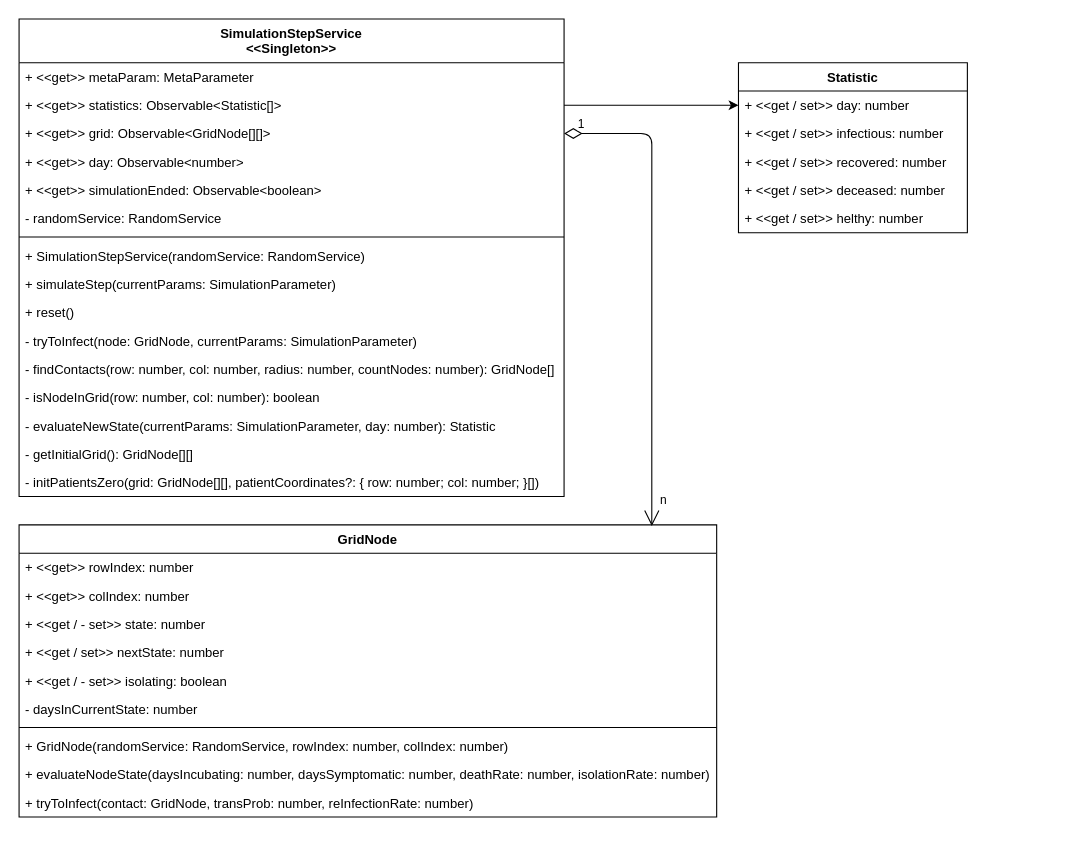
Earlier version of the draw.io diagram Untitled Diagram.drawio (tammowhs/simulationelectron). Source tidied: cells renumbered, new cells numbered last; positions are measured from the earlier drawing's top-left corner, leaving out a move shared by most shapes. Both pictures are drawn from the tidied source at 109%, with x=0, y=0 at pixel (19, 19).
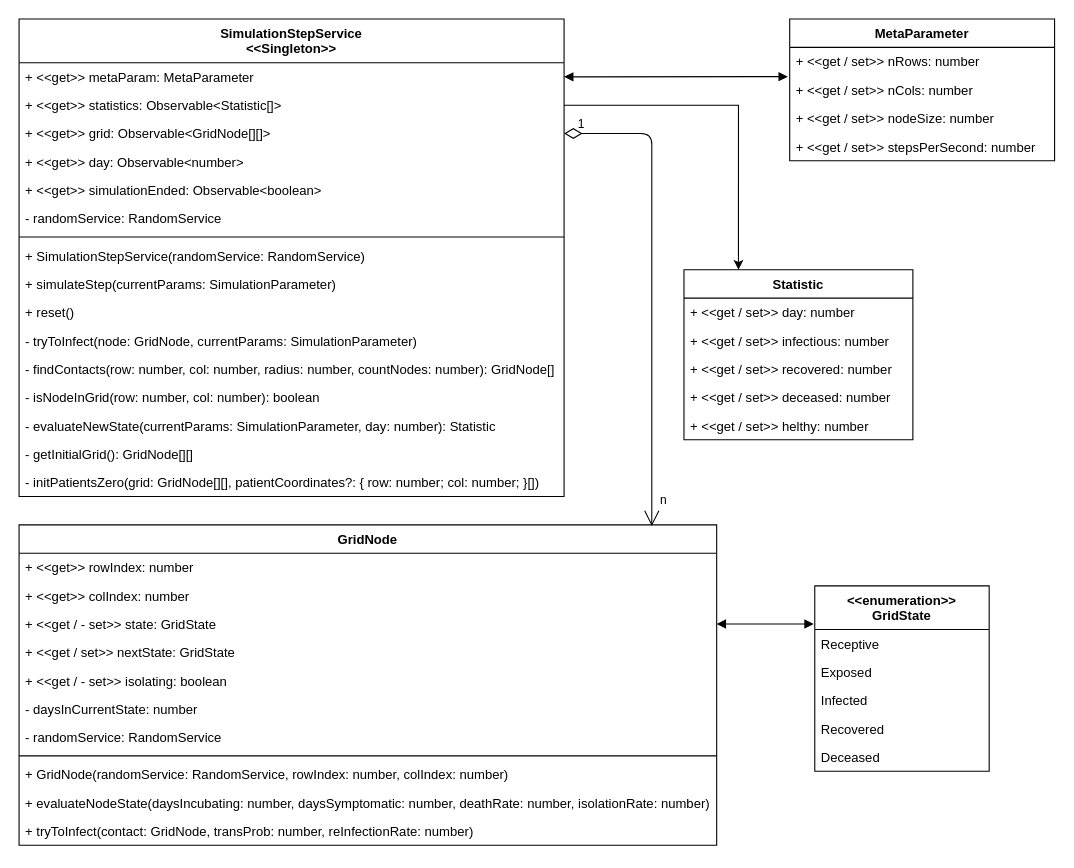
The same diagram, later.

Unchanged cells that the change refers to:
```xml
<mxCell id="3" value="+ &lt;&lt;get&gt;&gt; metaParam: MetaParameter" style="text;align=left;verticalAlign=top;spacingLeft=4;spacingRight=4;overflow=hidden;points=[[0,0.5],[1,0.5]];portConstraint=eastwest;" parent="2" vertex="1">
  <mxGeometry y="40" width="500" height="26" as="geometry" />
</mxCell>
<mxCell id="4" value="+ &lt;&lt;get&gt;&gt; statistics: Observable&lt;Statistic[]&gt;" style="text;align=left;verticalAlign=top;spacingLeft=4;spacingRight=4;overflow=hidden;points=[[0,0.5],[1,0.5]];portConstraint=eastwest;rounded=0;shadow=0;html=0;" parent="2" vertex="1">
  <mxGeometry y="66" width="500" height="26" as="geometry" />
</mxCell>
<mxCell id="31" value="+ &lt;&lt;get / set&gt;&gt; day: number" style="text;strokeColor=none;fillColor=none;align=left;verticalAlign=top;spacingLeft=4;spacingRight=4;overflow=hidden;points=[[0,0.5],[1,0.5]];portConstraint=eastwest;" parent="30" vertex="1">
  <mxGeometry y="26" width="210" height="26" as="geometry" />
</mxCell>
```

What changed in the source:
```diff
@@
     <mxCell id="19" value="GridNode" style="swimlane;fontStyle=1;align=center;verticalAlign=top;horizontal=1;startSize=26;" parent="1" vertex="1">
-      <mxGeometry y="464" width="640" height="268" as="geometry" />
+      <mxGeometry y="464" width="640" height="294" as="geometry" />
     </mxCell>
@@
-    <mxCell id="22" value="+ &lt;&lt;get / - set&gt;&gt; state: number" style="text;strokeColor=none;fillColor=none;align=left;verticalAlign=top;spacingLeft=4;spacingRight=4;overflow=hidden;points=[[0,0.5],[1,0.5]];portConstraint=eastwest;" parent="19" vertex="1">
+    <mxCell id="22" value="+ &lt;&lt;get / - set&gt;&gt; state: GridState" style="text;strokeColor=none;fillColor=none;align=left;verticalAlign=top;spacingLeft=4;spacingRight=4;overflow=hidden;points=[[0,0.5],[1,0.5]];portConstraint=eastwest;" parent="19" vertex="1">
       <mxGeometry y="78" width="640" height="26" as="geometry" />
     </mxCell>
-    <mxCell id="23" value="+ &lt;&lt;get / set&gt;&gt; nextState: number" style="text;strokeColor=none;fillColor=none;align=left;verticalAlign=top;spacingLeft=4;spacingRight=4;overflow=hidden;" parent="19" vertex="1">
+    <mxCell id="23" value="+ &lt;&lt;get / set&gt;&gt; nextState: GridState" style="text;strokeColor=none;fillColor=none;align=left;verticalAlign=top;spacingLeft=4;spacingRight=4;overflow=hidden;" parent="19" vertex="1">
       <mxGeometry y="104" width="640" height="26" as="geometry" />
     </mxCell>
@@
+    <mxCell id="39" value="- randomService: RandomService" style="text;strokeColor=none;fillColor=none;align=left;verticalAlign=top;spacingLeft=4;spacingRight=4;overflow=hidden;" parent="19" vertex="1">
+      <mxGeometry y="182" width="640" height="26" as="geometry" />
+    </mxCell>
     <mxCell id="26" style="line;strokeWidth=1;fillColor=none;align=left;verticalAlign=middle;spacingTop=-1;spacingLeft=3;spacingRight=3;labelPosition=right;" parent="19" vertex="1">
-      <mxGeometry y="182" width="640" height="8" as="geometry" />
+      <mxGeometry y="208" width="640" height="8" as="geometry" />
     </mxCell>
     <mxCell id="27" value="+ GridNode(randomService: RandomService, rowIndex: number, colIndex: number)" style="text;strokeColor=none;fillColor=none;align=left;verticalAlign=top;spacingLeft=4;spacingRight=4;overflow=hidden;" parent="19" vertex="1">
-      <mxGeometry y="190" width="640" height="26" as="geometry" />
+      <mxGeometry y="216" width="640" height="26" as="geometry" />
     </mxCell>
     <mxCell id="28" value="+ evaluateNodeState(daysIncubating: number, daysSymptomatic: number, deathRate: number, isolationRate: number)" style="text;strokeColor=none;fillColor=none;align=left;verticalAlign=top;spacingLeft=4;spacingRight=4;overflow=hidden;" parent="19" vertex="1">
-      <mxGeometry y="216" width="640" height="26" as="geometry" />
+      <mxGeometry y="242" width="640" height="26" as="geometry" />
     </mxCell>
     <mxCell id="29" value="+ tryToInfect(contact: GridNode, transProb: number, reInfectionRate: number)" style="text;strokeColor=none;fillColor=none;align=left;verticalAlign=top;spacingLeft=4;spacingRight=4;overflow=hidden;" parent="19" vertex="1">
-      <mxGeometry y="242" width="640" height="26" as="geometry" />
+      <mxGeometry y="268" width="640" height="26" as="geometry" />
     </mxCell>
     <mxCell id="30" value="Statistic" style="swimlane;fontStyle=1;align=center;verticalAlign=top;horizontal=1;startSize=26;" parent="1" vertex="1">
-      <mxGeometry x="660" y="40" width="210" height="156" as="geometry" />
+      <mxGeometry x="610" y="230" width="210" height="156" as="geometry" />
     </mxCell>
@@
-    <mxCell id="38" style="edgeStyle=orthogonalEdgeStyle;rounded=0;jettySize=auto;html=1;entryX=0;entryY=0.5;entryDx=0;entryDy=0;" parent="1" edge="1" source="4" target="31">
-      <mxGeometry relative="1" as="geometry" />
+    <mxCell id="38" style="edgeStyle=orthogonalEdgeStyle;rounded=0;jettySize=auto;html=1;entryX=0.238;entryY=0;entryDx=0;entryDy=0;entryPerimeter=0;" parent="1" edge="1" source="4" target="30">
+      <mxGeometry relative="1" as="geometry">
+        <Array as="points">
+          <mxPoint x="660" y="79" />
+        </Array>
+      </mxGeometry>
     </mxCell>
+    <mxCell id="40" value="MetaParameter" style="swimlane;fontStyle=1;align=center;verticalAlign=top;horizontal=1;startSize=26;" parent="1" vertex="1">
+      <mxGeometry x="707" width="243" height="130" as="geometry" />
+    </mxCell>
+    <mxCell id="41" value="+ &lt;&lt;get / set&gt;&gt; nRows: number" style="text;strokeColor=none;fillColor=none;align=left;verticalAlign=top;spacingLeft=4;spacingRight=4;overflow=hidden;" parent="40" vertex="1">
+      <mxGeometry y="26" width="243" height="26" as="geometry" />
+    </mxCell>
+    <mxCell id="42" value="+ &lt;&lt;get / set&gt;&gt; nCols: number" style="text;strokeColor=none;fillColor=none;align=left;verticalAlign=top;spacingLeft=4;spacingRight=4;overflow=hidden;points=[[0,0.5],[1,0.5]];portConstraint=eastwest;" parent="40" vertex="1">
+      <mxGeometry y="52" width="243" height="26" as="geometry" />
+    </mxCell>
+    <mxCell id="43" value="+ &lt;&lt;get / set&gt;&gt; nodeSize: number" style="text;strokeColor=none;fillColor=none;align=left;verticalAlign=top;spacingLeft=4;spacingRight=4;overflow=hidden;" parent="40" vertex="1">
+      <mxGeometry y="78" width="243" height="26" as="geometry" />
+    </mxCell>
+    <mxCell id="44" value="+ &lt;&lt;get / set&gt;&gt; stepsPerSecond: number" style="text;strokeColor=none;fillColor=none;align=left;verticalAlign=top;spacingLeft=4;spacingRight=4;overflow=hidden;" parent="40" vertex="1">
+      <mxGeometry y="104" width="243" height="26" as="geometry" />
+    </mxCell>
+    <mxCell id="45" value="&lt;&lt;enumeration&gt;&gt;&#10;GridState" style="swimlane;fontStyle=1;align=center;verticalAlign=top;horizontal=1;startSize=40;" parent="1" vertex="1">
+      <mxGeometry x="730" y="520" width="160" height="170" as="geometry" />
+    </mxCell>
+    <mxCell id="46" value="Receptive" style="text;strokeColor=none;fillColor=none;align=left;verticalAlign=top;spacingLeft=4;spacingRight=4;overflow=hidden;" parent="45" vertex="1">
+      <mxGeometry y="40" width="160" height="26" as="geometry" />
+    </mxCell>
+    <mxCell id="47" value="Exposed" style="text;strokeColor=none;fillColor=none;align=left;verticalAlign=top;spacingLeft=4;spacingRight=4;overflow=hidden;" parent="45" vertex="1">
+      <mxGeometry y="66" width="160" height="26" as="geometry" />
+    </mxCell>
+    <mxCell id="48" value="Infected" style="text;strokeColor=none;fillColor=none;align=left;verticalAlign=top;spacingLeft=4;spacingRight=4;overflow=hidden;" parent="45" vertex="1">
+      <mxGeometry y="92" width="160" height="26" as="geometry" />
+    </mxCell>
+    <mxCell id="49" value="Recovered" style="text;strokeColor=none;fillColor=none;align=left;verticalAlign=top;spacingLeft=4;spacingRight=4;overflow=hidden;" parent="45" vertex="1">
+      <mxGeometry y="118" width="160" height="26" as="geometry" />
+    </mxCell>
+    <mxCell id="50" value="Deceased" style="text;strokeColor=none;fillColor=none;align=left;verticalAlign=top;spacingLeft=4;spacingRight=4;overflow=hidden;" parent="45" vertex="1">
+      <mxGeometry y="144" width="160" height="26" as="geometry" />
+    </mxCell>
+    <mxCell id="51" style="endArrow=block;startArrow=block;endFill=1;startFill=1;html=1;exitX=1;exitY=0.5;exitDx=0;exitDy=0;rounded=0;entryX=-0.006;entryY=0.206;entryDx=0;entryDy=0;entryPerimeter=0;" parent="1" edge="1" source="22" target="45">
+      <mxGeometry relative="1" as="geometry" />
+    </mxCell>
+    <mxCell id="52" style="endArrow=block;startArrow=block;endFill=1;startFill=1;html=1;entryX=-0.007;entryY=0.031;entryDx=0;entryDy=0;entryPerimeter=0;exitX=1;exitY=0.5;exitDx=0;exitDy=0;" parent="1" edge="1" source="3" target="42">
+      <mxGeometry relative="1" as="geometry" />
+    </mxCell>
```
